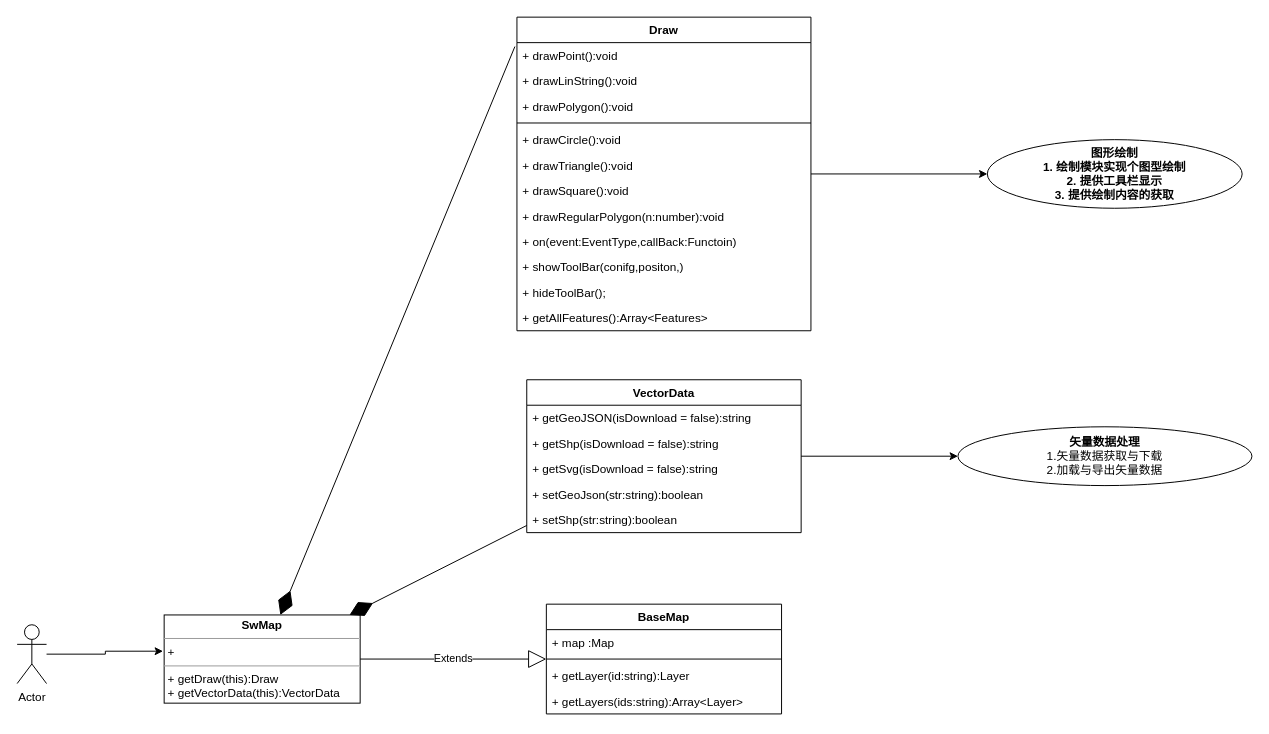
The draw.io diagram Untitled Diagram.drawio in qq897425998/draw.io, before the edit. Source tidied: cells renumbered, new cells numbered last; positions are measured from the earlier drawing's top-left corner, leaving out a move shared by most shapes. Both pictures are drawn from the tidied source at 98%, with x=0, y=0 at pixel (17, 17).
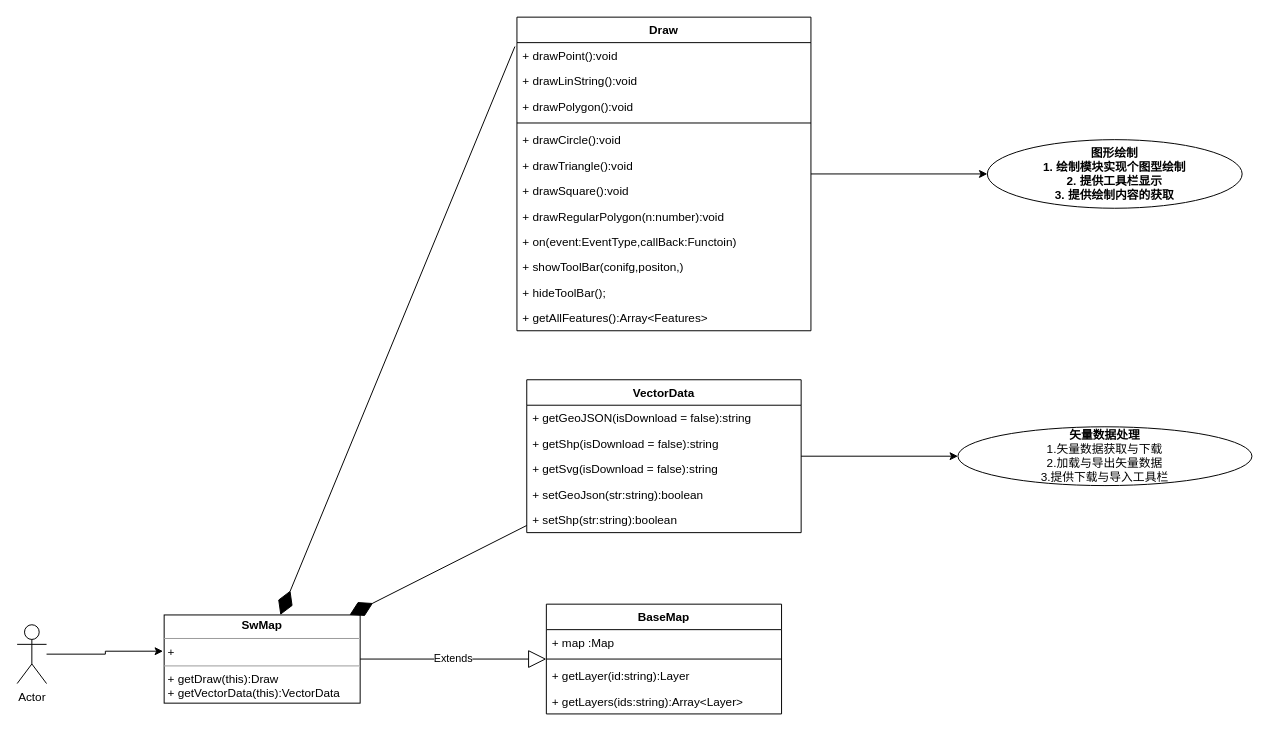
Above is the later version.

The edit, as a diff of the source:
```diff
@@
-    <mxCell id="34" value="&lt;b&gt;矢量数据处理&lt;/b&gt;&lt;br&gt;1.矢量数据获取与下载&lt;br&gt;2.加载与导出矢量数据" style="ellipse;whiteSpace=wrap;html=1;fillColor=none;fontStyle=0;startSize=26;" parent="1" vertex="1">
+    <mxCell id="34" value="&lt;b&gt;矢量数据处理&lt;/b&gt;&lt;br&gt;1.矢量数据获取与下载&lt;br&gt;2.加载与导出矢量数据&lt;br&gt;3.提供下载与导入工具栏" style="ellipse;whiteSpace=wrap;html=1;fillColor=none;fontStyle=0;startSize=26;" parent="1" vertex="1">
       <mxGeometry x="960" y="418" width="300" height="60" as="geometry" />
     </mxCell>
```
